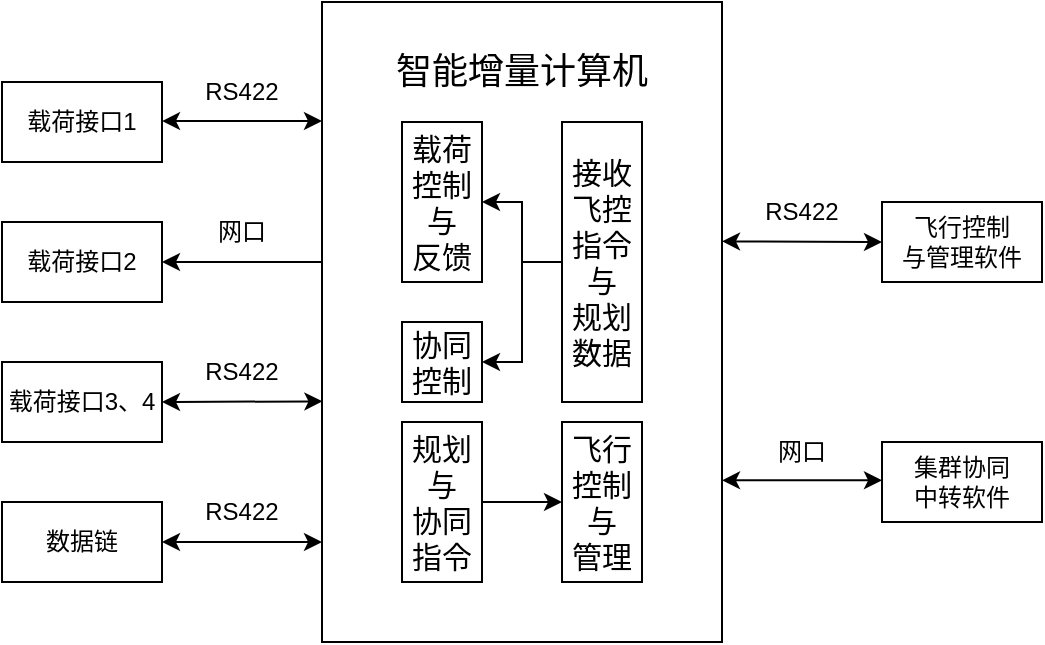
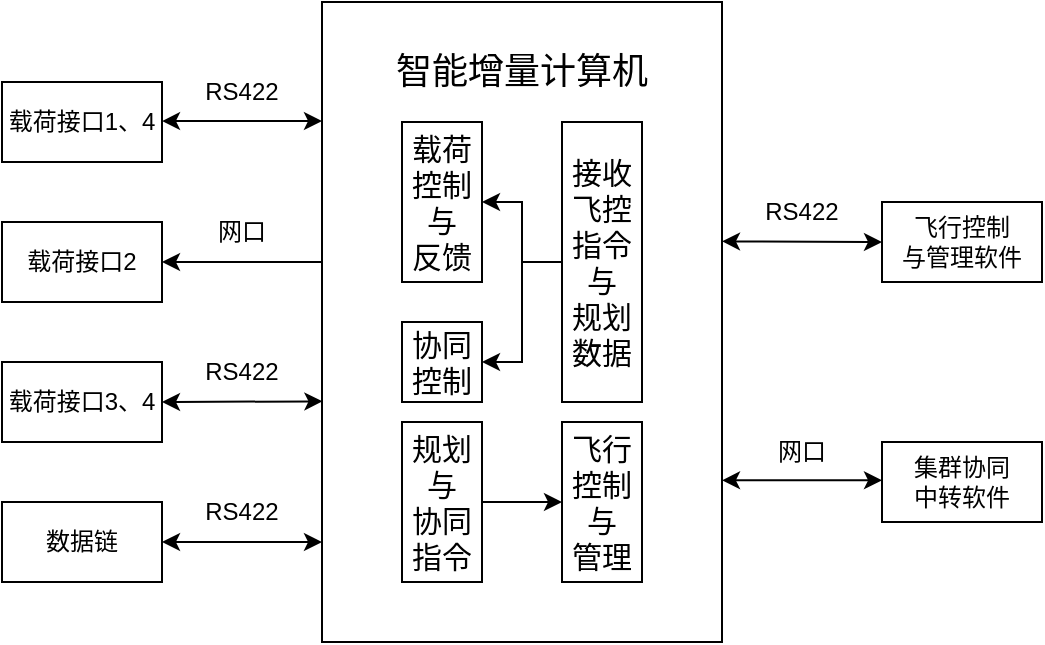
<mxfile host="app.diagrams.net" agent="Mozilla/5.0 (Windows NT 10.0; Win64; x64) AppleWebKit/537.36 (KHTML, like Gecko) Chrome/146.0.0.0 Safari/537.36" version="29.3.7">
  <diagram name="第 1 页" id="P7U0p2YBgUwdi0rxASiN">
-     <mxGraphModel dx="374" dy="237" grid="1" gridSize="10" guides="1" tooltips="1" connect="1" arrows="1" fold="1" page="1" pageScale="1" pageWidth="827" pageHeight="1169" math="0" shadow="0">
+     <mxGraphModel dx="786" dy="497" grid="1" gridSize="10" guides="1" tooltips="1" connect="1" arrows="1" fold="1" page="1" pageScale="1" pageWidth="827" pageHeight="1169" math="0" shadow="0">
      <root>
        <mxCell id="0" />
        <mxCell id="1" parent="0" />
        <mxCell id="FJUeLi_HETRFmbpACcdS-1" parent="1" style="rounded=0;whiteSpace=wrap;html=1;" value="" vertex="1">
          <mxGeometry height="320" width="200" x="280" y="80" as="geometry" />
        </mxCell>
        <mxCell id="FJUeLi_HETRFmbpACcdS-2" parent="1" style="text;html=1;whiteSpace=wrap;strokeColor=none;fillColor=none;align=center;verticalAlign=middle;rounded=0;" value="&lt;font style=&quot;font-size: 18px;&quot;&gt;智能增量计算机&lt;/font&gt;" vertex="1">
          <mxGeometry height="30" width="140" x="310" y="100" as="geometry" />
        </mxCell>
        <mxCell id="FJUeLi_HETRFmbpACcdS-5" edge="1" parent="1" source="FJUeLi_HETRFmbpACcdS-3" style="edgeStyle=orthogonalEdgeStyle;rounded=0;orthogonalLoop=1;jettySize=auto;html=1;" target="FJUeLi_HETRFmbpACcdS-4" value="">
          <mxGeometry relative="1" as="geometry" />
        </mxCell>
        <mxCell id="FJUeLi_HETRFmbpACcdS-3" parent="1" style="rounded=0;whiteSpace=wrap;html=1;" value="&lt;font style=&quot;font-size: 15px;&quot;&gt;接收飞控指令与&lt;br&gt;规划数据&lt;/font&gt;" vertex="1">
          <mxGeometry height="140" width="40" x="400" y="140" as="geometry" />
        </mxCell>
        <mxCell id="FJUeLi_HETRFmbpACcdS-4" parent="1" style="rounded=0;whiteSpace=wrap;html=1;" value="&lt;font style=&quot;font-size: 15px;&quot;&gt;载荷控制&lt;/font&gt;&lt;div&gt;&lt;font style=&quot;font-size: 15px;&quot;&gt;与&lt;/font&gt;&lt;div&gt;&lt;font style=&quot;font-size: 15px;&quot;&gt;反馈&lt;/font&gt;&lt;/div&gt;&lt;/div&gt;" vertex="1">
          <mxGeometry height="80" width="40" x="320" y="140" as="geometry" />
        </mxCell>
-         <mxCell id="FJUeLi_HETRFmbpACcdS-6" parent="1" style="rounded=0;whiteSpace=wrap;html=1;" value="载荷接口1" vertex="1">
+         <mxCell id="FJUeLi_HETRFmbpACcdS-6" parent="1" style="rounded=0;whiteSpace=wrap;html=1;" value="载荷接口1、4" vertex="1">
          <mxGeometry height="40" width="80" x="120" y="120" as="geometry" />
        </mxCell>
        <mxCell id="FJUeLi_HETRFmbpACcdS-7" parent="1" style="rounded=0;whiteSpace=wrap;html=1;" value="载荷接口2" vertex="1">
          <mxGeometry height="40" width="80" x="120" y="190" as="geometry" />
        </mxCell>
        <mxCell id="FJUeLi_HETRFmbpACcdS-8" parent="1" style="rounded=0;whiteSpace=wrap;html=1;" value="载荷接口3、4" vertex="1">
          <mxGeometry height="40" width="80" x="120" y="260" as="geometry" />
        </mxCell>
        <mxCell id="FJUeLi_HETRFmbpACcdS-9" parent="1" style="rounded=0;whiteSpace=wrap;html=1;" value="数据链" vertex="1">
          <mxGeometry height="40" width="80" x="120" y="330" as="geometry" />
        </mxCell>
        <mxCell id="FJUeLi_HETRFmbpACcdS-14" edge="1" parent="1" source="FJUeLi_HETRFmbpACcdS-8" style="endArrow=classic;startArrow=classic;html=1;rounded=0;exitX=1;exitY=0.5;exitDx=0;exitDy=0;entryX=0.001;entryY=0.624;entryDx=0;entryDy=0;entryPerimeter=0;" target="FJUeLi_HETRFmbpACcdS-1" value="">
          <mxGeometry height="50" relative="1" width="50" as="geometry">
            <mxPoint x="200" y="290" as="sourcePoint" />
            <mxPoint x="250" y="240" as="targetPoint" />
          </mxGeometry>
        </mxCell>
        <mxCell id="FJUeLi_HETRFmbpACcdS-15" edge="1" parent="1" style="endArrow=classic;html=1;rounded=0;entryX=1;entryY=0.5;entryDx=0;entryDy=0;" target="FJUeLi_HETRFmbpACcdS-7" value="">
          <mxGeometry height="50" relative="1" width="50" as="geometry">
            <mxPoint x="280" y="210" as="sourcePoint" />
            <mxPoint x="290" y="190" as="targetPoint" />
          </mxGeometry>
        </mxCell>
        <mxCell id="FJUeLi_HETRFmbpACcdS-16" edge="1" parent="1" source="FJUeLi_HETRFmbpACcdS-9" style="endArrow=classic;startArrow=classic;html=1;rounded=0;exitX=1;exitY=0.5;exitDx=0;exitDy=0;" value="">
          <mxGeometry height="50" relative="1" width="50" as="geometry">
            <mxPoint x="240" y="340" as="sourcePoint" />
            <mxPoint x="280" y="350" as="targetPoint" />
          </mxGeometry>
        </mxCell>
        <mxCell id="FJUeLi_HETRFmbpACcdS-17" parent="1" style="rounded=0;whiteSpace=wrap;html=1;" value="飞行控制&lt;div&gt;与管理软件&lt;/div&gt;" vertex="1">
          <mxGeometry height="40" width="80" x="560" y="180" as="geometry" />
        </mxCell>
        <mxCell id="FJUeLi_HETRFmbpACcdS-22" parent="1" style="rounded=0;whiteSpace=wrap;html=1;" value="集群协同&lt;div&gt;中转软件&lt;/div&gt;" vertex="1">
          <mxGeometry height="40" width="80" x="560" y="300" as="geometry" />
        </mxCell>
        <mxCell id="FJUeLi_HETRFmbpACcdS-25" parent="1" style="text;html=1;whiteSpace=wrap;strokeColor=none;fillColor=none;align=center;verticalAlign=middle;rounded=0;" value="RS422" vertex="1">
          <mxGeometry height="30" width="60" x="490" y="170" as="geometry" />
        </mxCell>
        <mxCell id="FJUeLi_HETRFmbpACcdS-26" parent="1" style="text;html=1;whiteSpace=wrap;strokeColor=none;fillColor=none;align=center;verticalAlign=middle;rounded=0;" value="网口" vertex="1">
          <mxGeometry height="30" width="60" x="490" y="290" as="geometry" />
        </mxCell>
        <mxCell id="FJUeLi_HETRFmbpACcdS-28" parent="1" style="text;html=1;whiteSpace=wrap;strokeColor=none;fillColor=none;align=center;verticalAlign=middle;rounded=0;" value="RS422" vertex="1">
          <mxGeometry height="30" width="60" x="210" y="110" as="geometry" />
        </mxCell>
        <mxCell id="FJUeLi_HETRFmbpACcdS-29" parent="1" style="text;html=1;whiteSpace=wrap;strokeColor=none;fillColor=none;align=center;verticalAlign=middle;rounded=0;" value="网口" vertex="1">
          <mxGeometry height="30" width="60" x="210" y="180" as="geometry" />
        </mxCell>
        <mxCell id="FJUeLi_HETRFmbpACcdS-30" parent="1" style="text;html=1;whiteSpace=wrap;strokeColor=none;fillColor=none;align=center;verticalAlign=middle;rounded=0;" value="RS422" vertex="1">
          <mxGeometry height="30" width="60" x="210" y="250" as="geometry" />
        </mxCell>
        <mxCell id="FJUeLi_HETRFmbpACcdS-31" parent="1" style="text;html=1;whiteSpace=wrap;strokeColor=none;fillColor=none;align=center;verticalAlign=middle;rounded=0;" value="RS422" vertex="1">
          <mxGeometry height="30" width="60" x="210" y="320" as="geometry" />
        </mxCell>
        <mxCell id="FJUeLi_HETRFmbpACcdS-32" edge="1" parent="1" source="FJUeLi_HETRFmbpACcdS-1" style="endArrow=classic;startArrow=classic;html=1;rounded=0;entryX=0;entryY=0.5;entryDx=0;entryDy=0;exitX=1;exitY=0.374;exitDx=0;exitDy=0;exitPerimeter=0;" target="FJUeLi_HETRFmbpACcdS-17" value="">
          <mxGeometry height="50" relative="1" width="50" as="geometry">
            <mxPoint x="400" y="240" as="sourcePoint" />
            <mxPoint x="450" y="190" as="targetPoint" />
          </mxGeometry>
        </mxCell>
        <mxCell id="FJUeLi_HETRFmbpACcdS-33" edge="1" parent="1" style="endArrow=classic;startArrow=classic;html=1;rounded=0;exitX=0.999;exitY=0.358;exitDx=0;exitDy=0;exitPerimeter=0;" value="">
          <mxGeometry height="50" relative="1" width="50" as="geometry">
            <mxPoint x="480" y="319.17" as="sourcePoint" />
            <mxPoint x="560" y="319.17" as="targetPoint" />
          </mxGeometry>
        </mxCell>
        <mxCell id="FJUeLi_HETRFmbpACcdS-38" edge="1" parent="1" source="FJUeLi_HETRFmbpACcdS-3" style="edgeStyle=orthogonalEdgeStyle;rounded=0;orthogonalLoop=1;jettySize=auto;html=1;entryX=1;entryY=0.5;entryDx=0;entryDy=0;exitX=0;exitY=0.5;exitDx=0;exitDy=0;" target="FJUeLi_HETRFmbpACcdS-37">
          <mxGeometry relative="1" as="geometry">
            <mxPoint x="400" y="280" as="sourcePoint" />
          </mxGeometry>
        </mxCell>
        <mxCell id="FJUeLi_HETRFmbpACcdS-37" parent="1" style="rounded=0;whiteSpace=wrap;html=1;" value="&lt;font style=&quot;font-size: 15px;&quot;&gt;协同控制&lt;/font&gt;" vertex="1">
          <mxGeometry height="40" width="40" x="320" y="240" as="geometry" />
        </mxCell>
        <mxCell id="FJUeLi_HETRFmbpACcdS-39" parent="1" style="rounded=0;whiteSpace=wrap;html=1;" value="&lt;font style=&quot;font-size: 15px;&quot;&gt;规划&lt;/font&gt;&lt;div&gt;&lt;font style=&quot;font-size: 15px;&quot;&gt;与&lt;/font&gt;&lt;div&gt;&lt;span style=&quot;font-size: 15px;&quot;&gt;协同指令&lt;/span&gt;&lt;/div&gt;&lt;/div&gt;" vertex="1">
          <mxGeometry height="80" width="40" x="320" y="290" as="geometry" />
        </mxCell>
        <mxCell id="FJUeLi_HETRFmbpACcdS-40" parent="1" style="rounded=0;whiteSpace=wrap;html=1;" value="&lt;font style=&quot;font-size: 15px;&quot;&gt;飞行控制与&lt;/font&gt;&lt;div&gt;&lt;font style=&quot;font-size: 15px;&quot;&gt;管理&lt;/font&gt;&lt;/div&gt;" vertex="1">
          <mxGeometry height="80" width="40" x="400" y="290" as="geometry" />
        </mxCell>
        <mxCell id="FJUeLi_HETRFmbpACcdS-41" edge="1" parent="1" style="endArrow=classic;html=1;rounded=0;entryX=0;entryY=0.5;entryDx=0;entryDy=0;" target="FJUeLi_HETRFmbpACcdS-40" value="">
          <mxGeometry height="50" relative="1" width="50" as="geometry">
            <mxPoint x="360" y="330" as="sourcePoint" />
            <mxPoint x="350" y="280" as="targetPoint" />
          </mxGeometry>
        </mxCell>
        <mxCell id="-yjdLRFRVeEzjYulkgjf-1" edge="1" parent="1" style="endArrow=classic;startArrow=classic;html=1;rounded=0;exitX=1;exitY=0.5;exitDx=0;exitDy=0;entryX=0.001;entryY=0.624;entryDx=0;entryDy=0;entryPerimeter=0;" value="">
          <mxGeometry height="50" relative="1" width="50" as="geometry">
            <mxPoint x="200" y="139.52" as="sourcePoint" />
            <mxPoint x="280" y="139.52" as="targetPoint" />
          </mxGeometry>
        </mxCell>
      </root>
    </mxGraphModel>
  </diagram>
</mxfile>
